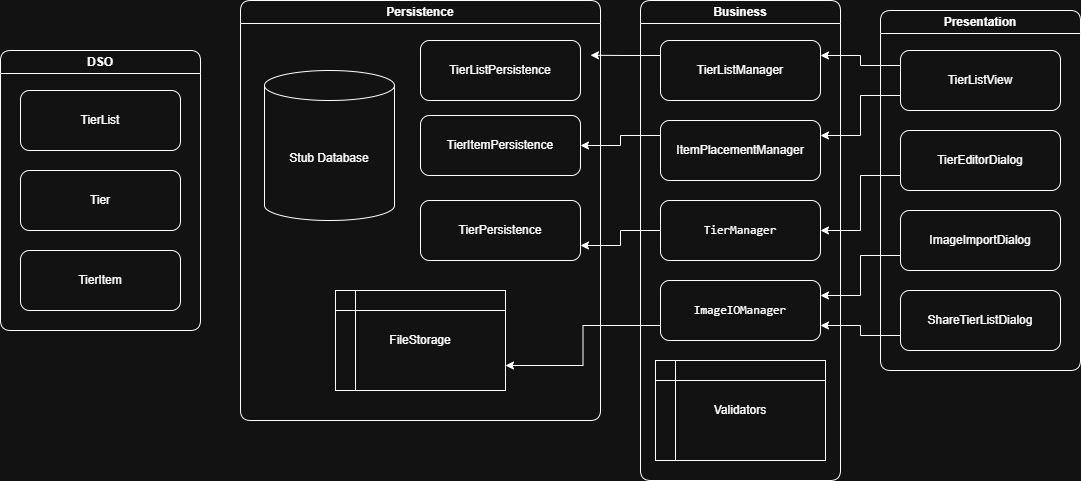
Earlier version of the draw.io export docs/images/architecture.png (Tejveersingh27/TierListMakerUltimate-app). Source tidied: cells renumbered, new cells last; positions are measured from the earlier drawing's top-left corner, leaving out a move shared by most shapes.
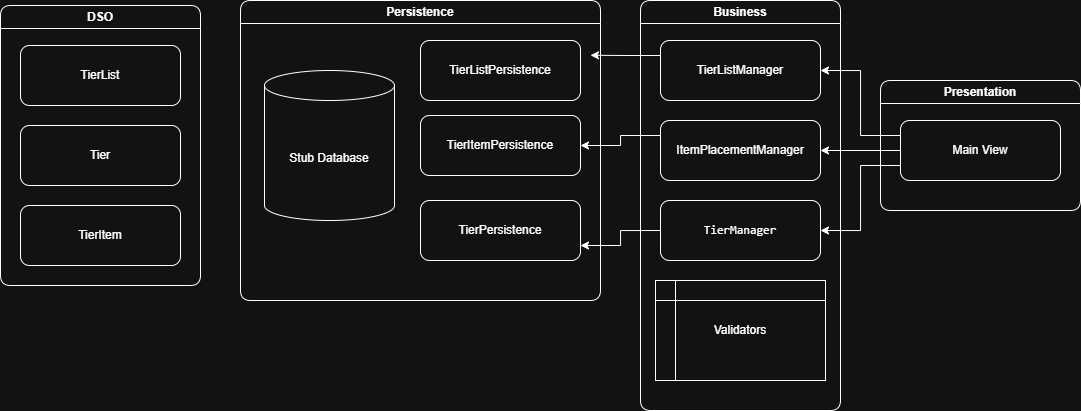
After the change.

Commit message:
Updated architecture doc to reflect actual project state.

Change to the diagram source:
```diff
@@ -3,7 +3,7 @@
     <mxCell id="0" />
     <mxCell id="1" parent="0" />
     <mxCell id="2" value="DSO" style="swimlane;whiteSpace=wrap;html=1;rounded=1;" parent="1" vertex="1">
-      <mxGeometry y="50" width="200" height="280" as="geometry" />
+      <mxGeometry y="5" width="200" height="280" as="geometry" />
     </mxCell>
     <mxCell id="3" value="TierList" style="rounded=1;whiteSpace=wrap;html=1;" parent="2" vertex="1">
       <mxGeometry x="20" y="40" width="160" height="60" as="geometry" />
@@ -15,7 +15,7 @@
       <mxGeometry x="20" y="200" width="160" height="60" as="geometry" />
     </mxCell>
     <mxCell id="6" value="Persistence" style="swimlane;whiteSpace=wrap;html=1;rounded=1;" parent="1" vertex="1">
-      <mxGeometry x="240" width="360" height="420" as="geometry" />
+      <mxGeometry x="240" width="360" height="300" as="geometry" />
     </mxCell>
     <mxCell id="7" value="Stub Database" style="shape=cylinder3;whiteSpace=wrap;html=1;boundedLbl=1;backgroundOutline=1;size=15;" parent="6" vertex="1">
       <mxGeometry x="24" y="70" width="130" height="150" as="geometry" />
@@ -29,11 +29,8 @@
     <mxCell id="10" value="TierItemPersistence" style="rounded=1;whiteSpace=wrap;html=1;" parent="6" vertex="1">
       <mxGeometry x="180" y="115" width="160" height="60" as="geometry" />
     </mxCell>
-    <mxCell id="11" value="FileStorage" style="shape=internalStorage;whiteSpace=wrap;html=1;backgroundOutline=1;" parent="6" vertex="1">
-      <mxGeometry x="95" y="290" width="170" height="100" as="geometry" />
-    </mxCell>
     <mxCell id="12" value="Business" style="swimlane;whiteSpace=wrap;html=1;rounded=1;" parent="1" vertex="1">
-      <mxGeometry x="640" width="200" height="480" as="geometry" />
+      <mxGeometry x="640" width="200" height="410" as="geometry" />
     </mxCell>
     <mxCell id="13" value="ItemPlacementManager" style="rounded=1;whiteSpace=wrap;html=1;" parent="12" vertex="1">
       <mxGeometry x="20" y="120" width="160" height="60" as="geometry" />
@@ -46,53 +43,32 @@
     <mxCell id="15" value="TierListManager" style="rounded=1;whiteSpace=wrap;html=1;" parent="12" vertex="1">
       <mxGeometry x="20" y="40" width="160" height="60" as="geometry" />
     </mxCell>
-    <mxCell id="16" value="&lt;code class=&quot;bg-text-200/5 border border-0.5 border-border-300 text-danger-000 whitespace-pre-wrap rounded-[0.4rem] px-1 py-px text-[0.9rem]&quot;&gt;ImageIOManager&lt;/code&gt;" style="rounded=1;whiteSpace=wrap;html=1;" parent="12" vertex="1">
-      <mxGeometry x="20" y="280" width="160" height="60" as="geometry" />
-    </mxCell>
     <mxCell id="17" value="&lt;code class=&quot;bg-text-200/5 border border-0.5 border-border-300 text-danger-000 whitespace-pre-wrap rounded-[0.4rem] px-1 py-px text-[0.9rem]&quot;&gt;TierManager&lt;/code&gt;" style="rounded=1;whiteSpace=wrap;html=1;" parent="12" vertex="1">
       <mxGeometry x="20" y="200" width="160" height="60" as="geometry" />
     </mxCell>
     <mxCell id="18" value="Validators" style="shape=internalStorage;whiteSpace=wrap;html=1;backgroundOutline=1;" parent="12" vertex="1">
-      <mxGeometry x="15" y="360" width="170" height="100" as="geometry" />
+      <mxGeometry x="15" y="280" width="170" height="100" as="geometry" />
     </mxCell>
     <mxCell id="19" value="Presentation" style="swimlane;whiteSpace=wrap;html=1;rounded=1;" parent="1" vertex="1">
-      <mxGeometry x="880" y="10" width="200" height="360" as="geometry" />
+      <mxGeometry x="880" y="80" width="200" height="130" as="geometry" />
     </mxCell>
-    <mxCell id="20" value="ImageImportDialog" style="rounded=1;whiteSpace=wrap;html=1;" parent="19" vertex="1">
-      <mxGeometry x="20" y="200" width="160" height="60" as="geometry" />
-    </mxCell>
-    <mxCell id="21" value="ShareTierListDialog" style="rounded=1;whiteSpace=wrap;html=1;" parent="19" vertex="1">
-      <mxGeometry x="20" y="280" width="160" height="60" as="geometry" />
-    </mxCell>
-    <mxCell id="22" value="TierListView" style="rounded=1;whiteSpace=wrap;html=1;" parent="19" vertex="1">
+    <mxCell id="22" value="Main View" style="rounded=1;whiteSpace=wrap;html=1;" parent="19" vertex="1">
       <mxGeometry x="20" y="40" width="160" height="60" as="geometry" />
     </mxCell>
-    <mxCell id="23" value="TierEditorDialog" style="rounded=1;whiteSpace=wrap;html=1;strokeColor=default;align=center;verticalAlign=middle;fontFamily=Helvetica;fontSize=12;fontColor=default;fillColor=default;" parent="19" vertex="1">
-      <mxGeometry x="20" y="120" width="160" height="60" as="geometry" />
-    </mxCell>
-    <mxCell id="24" style="edgeStyle=orthogonalEdgeStyle;rounded=0;jettySize=auto;html=1;exitX=0;exitY=0.75;exitDx=0;exitDy=0;entryX=1;entryY=0.75;entryDx=0;entryDy=0;" parent="1" edge="1" source="16" target="11">
-      <mxGeometry relative="1" as="geometry" />
-    </mxCell>
     <mxCell id="25" style="edgeStyle=orthogonalEdgeStyle;rounded=0;jettySize=auto;html=1;exitX=0;exitY=0.25;exitDx=0;exitDy=0;entryX=1;entryY=0.5;entryDx=0;entryDy=0;" parent="1" edge="1" source="13" target="10">
       <mxGeometry relative="1" as="geometry" />
     </mxCell>
     <mxCell id="26" style="edgeStyle=orthogonalEdgeStyle;rounded=0;jettySize=auto;html=1;exitX=0;exitY=0.5;exitDx=0;exitDy=0;entryX=1;entryY=0.75;entryDx=0;entryDy=0;" parent="1" edge="1" source="17" target="9">
       <mxGeometry relative="1" as="geometry" />
     </mxCell>
+    <mxCell id="28" style="edgeStyle=orthogonalEdgeStyle;rounded=0;jettySize=auto;html=1;exitX=0;exitY=0.5;exitDx=0;exitDy=0;entryX=1;entryY=0.5;entryDx=0;entryDy=0;" parent="1" edge="1" source="22" target="13">
+      <mxGeometry relative="1" as="geometry" />
+    </mxCell>
-    <mxCell id="27" style="edgeStyle=orthogonalEdgeStyle;rounded=0;jettySize=auto;html=1;exitX=0;exitY=0.25;exitDx=0;exitDy=0;entryX=1;entryY=0.25;entryDx=0;entryDy=0;" parent="1" edge="1" source="22" target="15">
+    <mxCell id="27" style="edgeStyle=orthogonalEdgeStyle;rounded=0;jettySize=auto;html=1;exitX=0;exitY=0.25;exitDx=0;exitDy=0;entryX=1;entryY=0.5;entryDx=0;entryDy=0;" parent="1" edge="1" source="22" target="15">
       <mxGeometry relative="1" as="geometry" />
     </mxCell>
-    <mxCell id="28" style="edgeStyle=orthogonalEdgeStyle;rounded=0;jettySize=auto;html=1;exitX=0;exitY=0.75;exitDx=0;exitDy=0;entryX=1;entryY=0.25;entryDx=0;entryDy=0;" parent="1" edge="1" source="22" target="13">
-      <mxGeometry relative="1" as="geometry" />
-    </mxCell>
-    <mxCell id="29" style="edgeStyle=orthogonalEdgeStyle;rounded=0;jettySize=auto;html=1;exitX=0;exitY=0.75;exitDx=0;exitDy=0;entryX=1;entryY=0.5;entryDx=0;entryDy=0;" parent="1" edge="1" source="23" target="17">
-      <mxGeometry relative="1" as="geometry" />
-    </mxCell>
-    <mxCell id="30" style="edgeStyle=orthogonalEdgeStyle;rounded=0;jettySize=auto;html=1;exitX=0;exitY=0.75;exitDx=0;exitDy=0;entryX=1;entryY=0.25;entryDx=0;entryDy=0;" parent="1" edge="1" source="20" target="16">
-      <mxGeometry relative="1" as="geometry" />
-    </mxCell>
-    <mxCell id="31" style="edgeStyle=orthogonalEdgeStyle;rounded=0;jettySize=auto;html=1;exitX=0;exitY=0.75;exitDx=0;exitDy=0;entryX=1;entryY=0.75;entryDx=0;entryDy=0;" parent="1" edge="1" source="21" target="16">
-      <mxGeometry relative="1" as="geometry" />
-    </mxCell>
+    <mxCell id="32" style="edgeStyle=orthogonalEdgeStyle;rounded=0;jettySize=auto;html=1;exitX=0;exitY=0.75;exitDx=0;exitDy=0;entryX=1;entryY=0.5;entryDx=0;entryDy=0;" parent="1" edge="1" source="22" target="17">
+      <mxGeometry relative="1" as="geometry" />
+    </mxCell>
   </root>
 </mxGraphModel>
```
